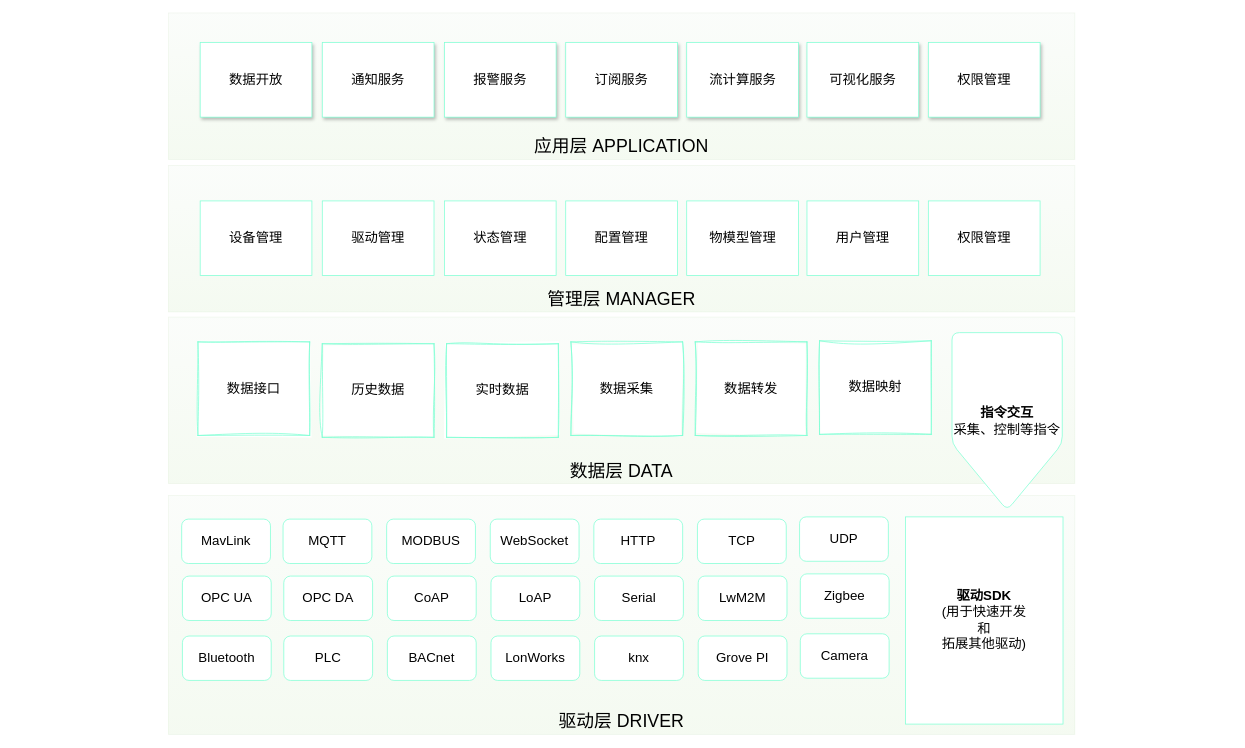
Earlier version of the draw.io diagram IoT架构图.drawio (yangchenyu/micro-service). Source tidied: cells renumbered, new cells numbered last; positions are measured from the earlier drawing's top-left corner, leaving out a move shared by most shapes. Both pictures are drawn from the tidied source at 74%, with x=0, y=0 at pixel (168, 13).
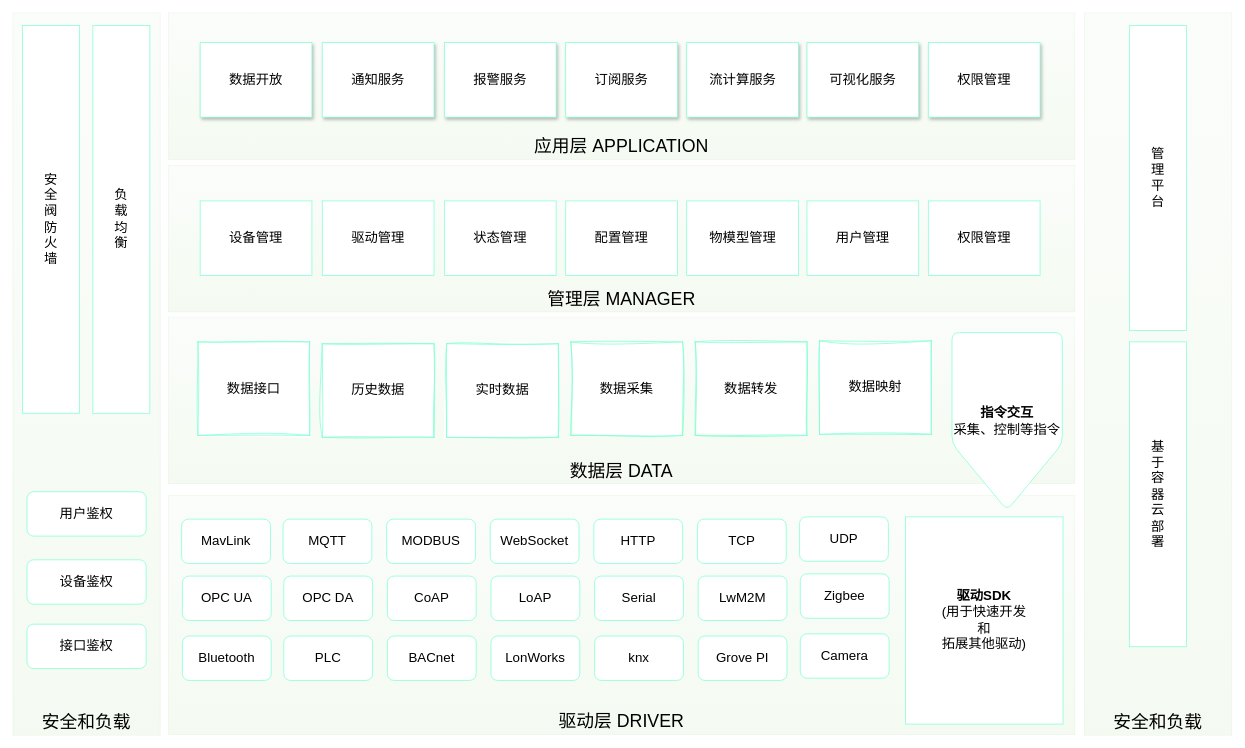
Above is the later version.

Commit message (it also covers changes not shown here):
更新IoT架构图.drawio

Change to the diagram source:
```diff
@@
+    <mxCell id="49" value="安全和负载" style="rounded=0;whiteSpace=wrap;html=1;strokeColor=#82b366;verticalAlign=bottom;fontSize=24;fillColor=#d5e8d4;gradientColor=#97d077;opacity=10;" parent="1" vertex="1">
+      <mxGeometry x="-210" width="199" height="976" as="geometry" />
+    </mxCell>
+    <mxCell id="50" value="接口鉴权" style="rounded=1;whiteSpace=wrap;html=1;fontSize=18;strokeColor=#7fffd4;" parent="1" vertex="1">
+      <mxGeometry x="-191" y="826" width="161" height="60" as="geometry" />
+    </mxCell>
+    <mxCell id="51" value="设备鉴权" style="rounded=1;whiteSpace=wrap;html=1;fontSize=18;strokeColor=#7fffd4;" parent="1" vertex="1">
+      <mxGeometry x="-191" y="739" width="161" height="60" as="geometry" />
+    </mxCell>
+    <mxCell id="52" value="用户鉴权" style="rounded=1;whiteSpace=wrap;html=1;fontSize=18;strokeColor=#7fffd4;" parent="1" vertex="1">
+      <mxGeometry x="-191" y="647" width="161" height="60" as="geometry" />
+    </mxCell>
+    <mxCell id="53" value="安&lt;br&gt;全&lt;br&gt;阀&lt;br&gt;防&lt;br&gt;火&lt;br&gt;墙" style="rounded=0;whiteSpace=wrap;html=1;fontSize=18;strokeColor=#7fffd4;" parent="1" vertex="1">
+      <mxGeometry x="-197" y="17" width="77" height="524" as="geometry" />
+    </mxCell>
+    <mxCell id="54" value="负&lt;br&gt;载&lt;br&gt;均&lt;br&gt;衡" style="rounded=0;whiteSpace=wrap;html=1;fontSize=18;strokeColor=#7fffd4;" parent="1" vertex="1">
+      <mxGeometry x="-102" y="17" width="77" height="524" as="geometry" />
+    </mxCell>
+    <mxCell id="55" value="安全和负载" style="rounded=0;whiteSpace=wrap;html=1;strokeColor=#82b366;verticalAlign=bottom;fontSize=24;fillColor=#d5e8d4;gradientColor=#97d077;opacity=10;" parent="1" vertex="1">
+      <mxGeometry x="1238" width="199" height="976" as="geometry" />
+    </mxCell>
+    <mxCell id="56" value="管&lt;br&gt;理&lt;br&gt;平&lt;br&gt;台" style="rounded=0;whiteSpace=wrap;html=1;fontSize=18;strokeColor=#7fffd4;" parent="1" vertex="1">
+      <mxGeometry x="1299" y="17" width="77" height="412" as="geometry" />
+    </mxCell>
+    <mxCell id="57" value="基&lt;br&gt;于&lt;br&gt;容&lt;br&gt;器&lt;br&gt;云&lt;br&gt;部&lt;br&gt;署" style="rounded=0;whiteSpace=wrap;html=1;fontSize=18;strokeColor=#7fffd4;" parent="1" vertex="1">
+      <mxGeometry x="1299" y="444.5" width="77" height="412" as="geometry" />
+    </mxCell>
```
